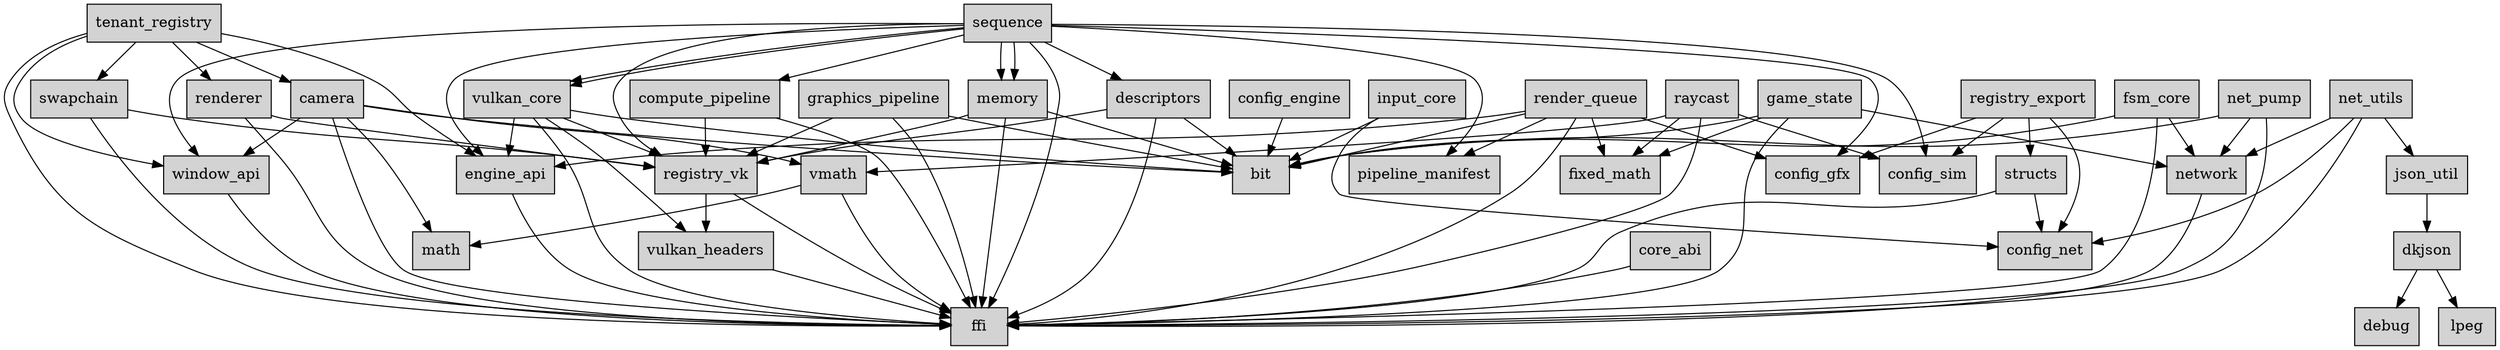
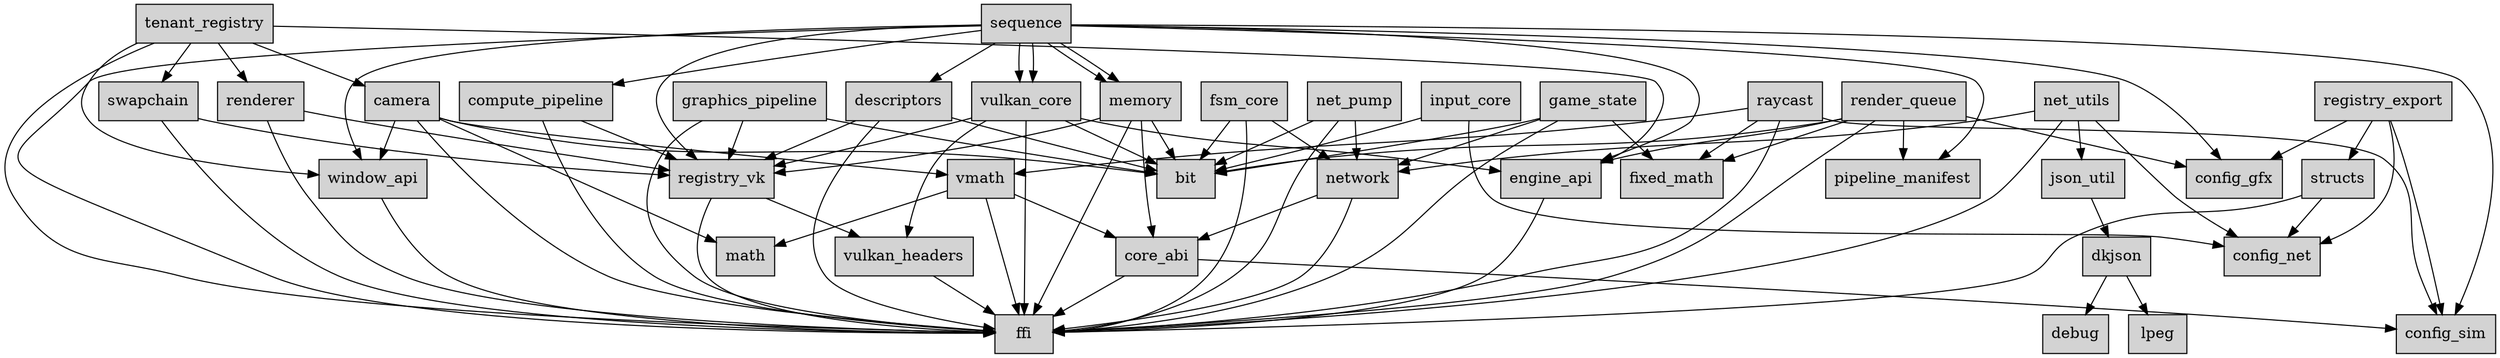
digraph WeaverEngine {
  node [shape=box, style=filled, fillcolor=lightgray];
+   "json_util" -> "dkjson";
+   "structs" -> "ffi";
+   "structs" -> "config_net";
+   "compute_pipeline" -> "ffi";
+   "compute_pipeline" -> "registry_vk";
+   "config_sim";
+   "config_gfx";
+   "vulkan_headers" -> "ffi";
+   "vmath" -> "ffi";
+   "vmath" -> "math";
+   "vmath" -> "core_abi";
+   "input_core" -> "bit";
+   "input_core" -> "config_net";
+   "graphics_pipeline" -> "ffi";
+   "graphics_pipeline" -> "bit";
+   "graphics_pipeline" -> "registry_vk";
+   "swapchain" -> "ffi";
+   "swapchain" -> "registry_vk";
+   "registry_export" -> "structs";
+   "registry_export" -> "config_gfx";
+   "registry_export" -> "config_sim";
+   "registry_export" -> "config_net";
+   "engine_api" -> "ffi";
+   "raycast" -> "ffi";
+   "raycast" -> "vmath";
+   "raycast" -> "fixed_math";
+   "raycast" -> "config_sim";
+   "fsm_core" -> "network";
+   "fsm_core" -> "bit";
+   "fsm_core" -> "ffi";
+   "net_pump" -> "ffi";
+   "net_pump" -> "bit";
+   "net_pump" -> "network";
  "sequence" -> "ffi";
  "sequence" -> "registry_vk";
  "sequence" -> "pipeline_manifest";
  "sequence" -> "window_api";
  "sequence" -> "engine_api";
  "sequence" -> "config_gfx";
  "sequence" -> "config_sim";
  "sequence" -> "vulkan_core";
  "sequence" -> "vulkan_core";
  "sequence" -> "memory";
  "sequence" -> "descriptors";
  "sequence" -> "memory";
  "sequence" -> "compute_pipeline";
-   "network" -> "ffi";
-   "raycast" -> "ffi";
-   "raycast" -> "vmath";
-   "raycast" -> "fixed_math";
-   "raycast" -> "config_sim";
-   "engine_api" -> "ffi";
+   "net_utils" -> "ffi";
+   "net_utils" -> "json_util";
+   "net_utils" -> "config_net";
+   "net_utils" -> "network";
  "camera" -> "ffi";
  "camera" -> "math";
  "camera" -> "bit";
  "camera" -> "vmath";
  "camera" -> "window_api";
-   "config_sim";
-   "registry_export" -> "structs";
-   "registry_export" -> "config_gfx";
-   "registry_export" -> "config_sim";
-   "registry_export" -> "config_net";
-   "config_net";
-   "fsm_core" -> "network";
-   "fsm_core" -> "bit";
-   "fsm_core" -> "ffi";
-   "descriptors" -> "ffi";
-   "descriptors" -> "bit";
-   "descriptors" -> "registry_vk";
+   "fixed_math";
  "pipeline_manifest";
-   "core_abi" -> "ffi";
-   "registry_vk" -> "ffi";
-   "registry_vk" -> "vulkan_headers";
-   "config_gfx";
-   "memory" -> "ffi";
-   "memory" -> "bit";
-   "memory" -> "registry_vk";
-   "net_utils" -> "ffi";
-   "net_utils" -> "json_util";
-   "net_utils" -> "config_net";
-   "net_utils" -> "network";
-   "vulkan_core" -> "ffi";
-   "vulkan_core" -> "bit";
-   "vulkan_core" -> "vulkan_headers";
-   "vulkan_core" -> "registry_vk";
-   "vulkan_core" -> "engine_api";
  "renderer" -> "ffi";
  "renderer" -> "registry_vk";
-   "dkjson" -> "debug";
-   "dkjson" -> "lpeg";
-   "structs" -> "ffi";
-   "structs" -> "config_net";
-   "json_util" -> "dkjson";
-   "config_engine" -> "bit";
  "tenant_registry" -> "ffi";
  "tenant_registry" -> "window_api";
  "tenant_registry" -> "engine_api";
  "tenant_registry" -> "swapchain";
  "tenant_registry" -> "renderer";
  "tenant_registry" -> "camera";
-   "swapchain" -> "ffi";
-   "swapchain" -> "registry_vk";
+   "descriptors" -> "ffi";
+   "descriptors" -> "bit";
+   "descriptors" -> "registry_vk";
+   "registry_vk" -> "ffi";
+   "registry_vk" -> "vulkan_headers";
+   "game_state" -> "ffi";
+   "game_state" -> "bit";
+   "game_state" -> "network";
+   "game_state" -> "fixed_math";
+   "vulkan_core" -> "ffi";
+   "vulkan_core" -> "bit";
+   "vulkan_core" -> "vulkan_headers";
+   "vulkan_core" -> "registry_vk";
+   "vulkan_core" -> "engine_api";
+   "memory" -> "ffi";
+   "memory" -> "bit";
+   "memory" -> "core_abi";
+   "memory" -> "registry_vk";
  "render_queue" -> "ffi";
  "render_queue" -> "pipeline_manifest";
  "render_queue" -> "bit";
  "render_queue" -> "fixed_math";
  "render_queue" -> "engine_api";
  "render_queue" -> "config_gfx";
-   "graphics_pipeline" -> "ffi";
-   "graphics_pipeline" -> "bit";
-   "graphics_pipeline" -> "registry_vk";
-   "input_core" -> "bit";
-   "input_core" -> "config_net";
-   "net_pump" -> "ffi";
-   "net_pump" -> "bit";
-   "net_pump" -> "network";
+   "dkjson" -> "debug";
+   "dkjson" -> "lpeg";
+   "core_abi" -> "ffi";
+   "core_abi" -> "config_sim";
+   "network" -> "ffi";
+   "network" -> "core_abi";
+   "config_net";
  "window_api" -> "ffi";
-   "vulkan_headers" -> "ffi";
-   "fixed_math";
-   "game_state" -> "ffi";
-   "game_state" -> "bit";
-   "game_state" -> "network";
-   "game_state" -> "fixed_math";
-   "vmath" -> "ffi";
-   "vmath" -> "math";
-   "compute_pipeline" -> "ffi";
-   "compute_pipeline" -> "registry_vk";
}